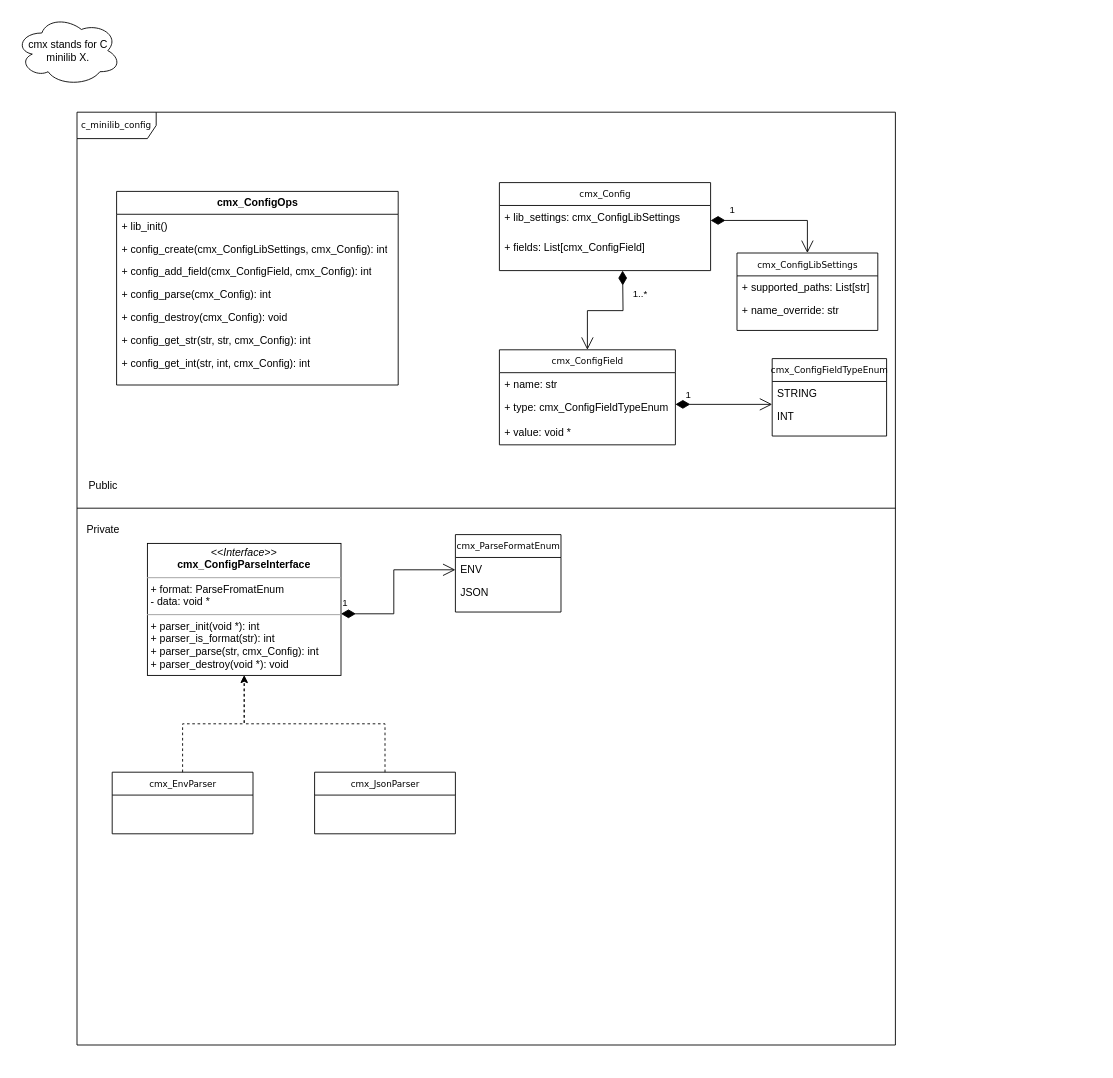
Before: page "Data structures" (1 of 2) of docs/architecture.drawio in KubaTaba1uga/c_minilib_config, a draw.io diagram. Source tidied: cells renumbered, new cells numbered last; positions are measured from the earlier drawing's top-left corner, leaving out a move shared by most shapes. Both pictures are drawn from the tidied source at 88%, with x=0, y=0 at pixel (15, 15).
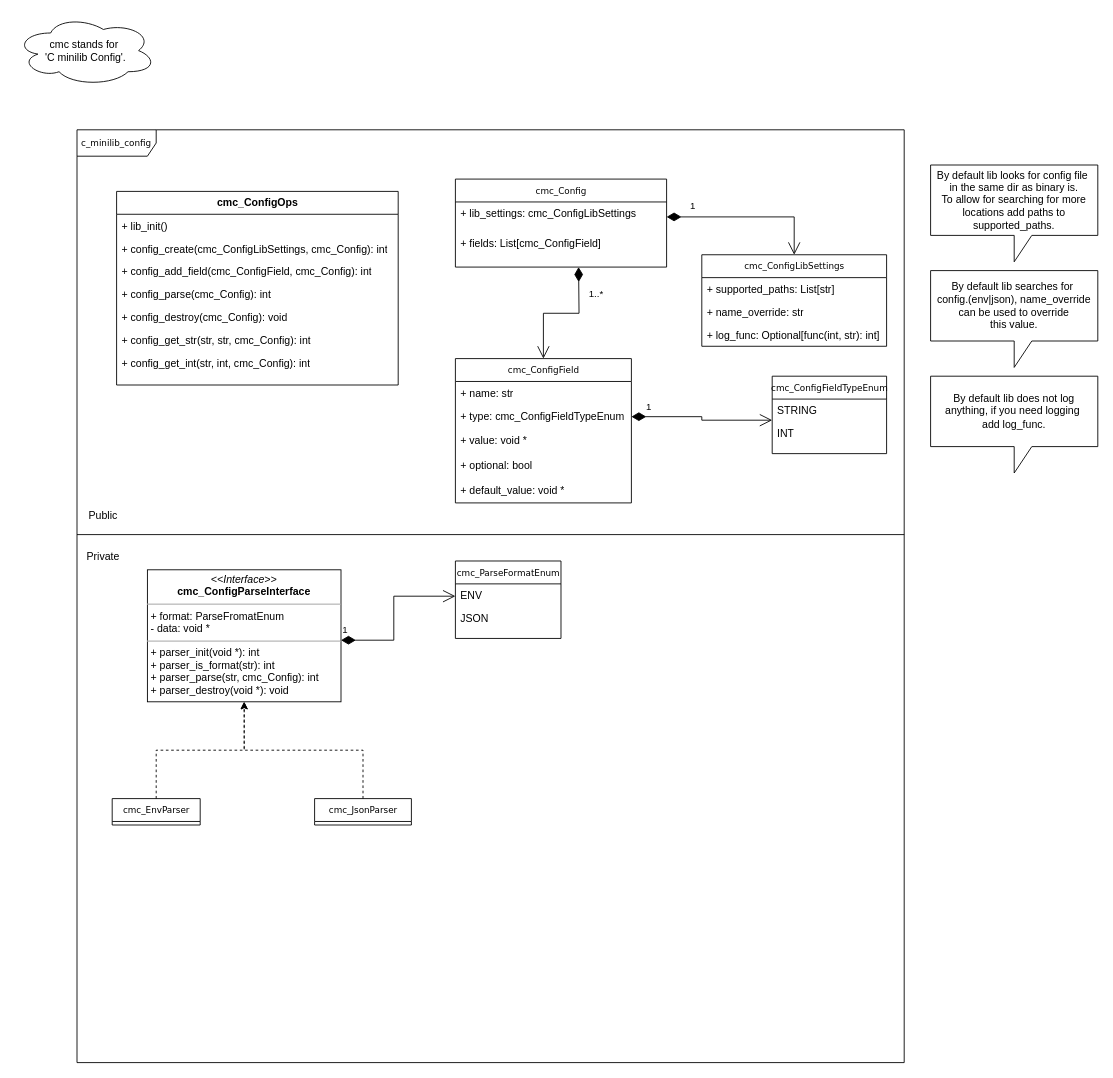
The same page after the edit.

The change refers to these unchanged cells:
```xml
<mxCell id="14" value="STRING" style="text;html=1;strokeColor=none;fillColor=none;align=left;verticalAlign=top;spacingLeft=4;spacingRight=4;whiteSpace=wrap;overflow=hidden;points=[[0,0.5],[1,0.5]];portConstraint=eastwest;" parent="13" vertex="1">
  <mxGeometry y="26" width="130" height="26" as="geometry" />
</mxCell>
```

Diff of the diagram source:
```diff
@@
-    <mxCell id="2" value="c_minilib_config" style="shape=umlFrame;whiteSpace=wrap;html=1;rounded=0;shadow=0;comic=0;labelBackgroundColor=none;strokeWidth=1;fontFamily=Verdana;fontSize=10;align=center;width=90;height=30;" parent="1" vertex="1">
-      <mxGeometry x="70" y="110" width="930" height="1060" as="geometry" />
-    </mxCell>
-    <mxCell id="3" value="cmx_ConfigLibSettings" style="swimlane;html=1;fontStyle=0;horizontal=1;startSize=26;fillColor=none;swimlaneFillColor=#ffffff;rounded=0;shadow=0;comic=0;labelBackgroundColor=none;strokeWidth=1;fontFamily=Verdana;fontSize=10;align=center;" parent="1" vertex="1">
-      <mxGeometry x="820" y="270" width="160" height="88" as="geometry" />
+    <mxCell id="3" value="cmc_ConfigLibSettings" style="swimlane;html=1;fontStyle=0;horizontal=1;startSize=26;fillColor=none;swimlaneFillColor=#ffffff;rounded=0;shadow=0;comic=0;labelBackgroundColor=none;strokeWidth=1;fontFamily=Verdana;fontSize=10;align=center;" parent="1" vertex="1">
+      <mxGeometry x="780" y="272" width="210" height="104" as="geometry" />
     </mxCell>
     <mxCell id="4" value="+ supported_paths: List[str]" style="text;html=1;strokeColor=none;fillColor=none;align=left;verticalAlign=top;spacingLeft=4;spacingRight=4;whiteSpace=wrap;overflow=hidden;" parent="3" vertex="1">
-      <mxGeometry y="26" width="160" height="26" as="geometry" />
+      <mxGeometry y="26" width="210" height="26" as="geometry" />
     </mxCell>
     <mxCell id="5" value="+ name_override: str" style="text;html=1;strokeColor=none;fillColor=none;align=left;verticalAlign=top;spacingLeft=4;spacingRight=4;whiteSpace=wrap;overflow=hidden;" parent="3" vertex="1">
-      <mxGeometry y="52" width="160" height="26" as="geometry" />
+      <mxGeometry y="52" width="210" height="26" as="geometry" />
     </mxCell>
+    <mxCell id="40" value="+ log_func: Optional[func(int, str): int]" style="text;html=1;strokeColor=none;fillColor=none;align=left;verticalAlign=top;spacingLeft=4;spacingRight=4;whiteSpace=wrap;overflow=hidden;" parent="3" vertex="1">
+      <mxGeometry y="78" width="210" height="26" as="geometry" />
+    </mxCell>
-    <mxCell id="6" value="cmx_Config" style="swimlane;html=1;fontStyle=0;horizontal=1;startSize=26;fillColor=none;swimlaneFillColor=#ffffff;rounded=0;shadow=0;comic=0;labelBackgroundColor=none;strokeWidth=1;fontFamily=Verdana;fontSize=10;align=center;" parent="1" vertex="1">
-      <mxGeometry x="550" y="190" width="240" height="100" as="geometry" />
+    <mxCell id="6" value="cmc_Config" style="swimlane;html=1;fontStyle=0;horizontal=1;startSize=26;fillColor=none;swimlaneFillColor=#ffffff;rounded=0;shadow=0;comic=0;labelBackgroundColor=none;strokeWidth=1;fontFamily=Verdana;fontSize=10;align=center;" parent="1" vertex="1">
+      <mxGeometry x="500" y="186" width="240" height="100" as="geometry" />
     </mxCell>
-    <mxCell id="7" value="+ lib_settings: cmx_ConfigLibSettings" style="text;html=1;strokeColor=none;fillColor=none;align=left;verticalAlign=top;spacingLeft=4;spacingRight=4;whiteSpace=wrap;overflow=hidden;points=[[0,0.5],[1,0.5]];portConstraint=eastwest;" parent="6" vertex="1">
+    <mxCell id="7" value="+ lib_settings: cmc_ConfigLibSettings" style="text;html=1;strokeColor=none;fillColor=none;align=left;verticalAlign=top;spacingLeft=4;spacingRight=4;whiteSpace=wrap;overflow=hidden;points=[[0,0.5],[1,0.5]];portConstraint=eastwest;" parent="6" vertex="1">
       <mxGeometry y="26" width="240" height="34" as="geometry" />
     </mxCell>
-    <mxCell id="8" value="+ fields: List[cmx_ConfigField]" style="text;html=1;strokeColor=none;fillColor=none;align=left;verticalAlign=top;spacingLeft=4;spacingRight=4;whiteSpace=wrap;overflow=hidden;" parent="6" vertex="1">
+    <mxCell id="8" value="+ fields: List[cmc_ConfigField]" style="text;html=1;strokeColor=none;fillColor=none;align=left;verticalAlign=top;spacingLeft=4;spacingRight=4;whiteSpace=wrap;overflow=hidden;" parent="6" vertex="1">
       <mxGeometry y="60" width="240" height="26" as="geometry" />
     </mxCell>
-    <mxCell id="9" value="cmx_ConfigField" style="swimlane;html=1;fontStyle=0;horizontal=1;startSize=26;fillColor=none;swimlaneFillColor=#ffffff;rounded=0;shadow=0;comic=0;labelBackgroundColor=none;strokeWidth=1;fontFamily=Verdana;fontSize=10;align=center;" parent="1" vertex="1">
-      <mxGeometry x="550" y="380" width="200" height="108" as="geometry" />
+    <mxCell id="9" value="cmc_ConfigField" style="swimlane;html=1;fontStyle=0;horizontal=1;startSize=26;fillColor=none;swimlaneFillColor=#ffffff;rounded=0;shadow=0;comic=0;labelBackgroundColor=none;strokeWidth=1;fontFamily=Verdana;fontSize=10;align=center;" parent="1" vertex="1">
+      <mxGeometry x="500" y="390" width="200" height="164" as="geometry" />
     </mxCell>
@@
-    <mxCell id="11" value="+ type: cmx_ConfigFieldTypeEnum" style="text;html=1;strokeColor=none;fillColor=none;align=left;verticalAlign=top;spacingLeft=4;spacingRight=4;whiteSpace=wrap;overflow=hidden;points=[[0,0.5],[1,0.5]];portConstraint=eastwest;" parent="9" vertex="1">
+    <mxCell id="11" value="+ type: cmc_ConfigFieldTypeEnum" style="text;html=1;strokeColor=none;fillColor=none;align=left;verticalAlign=top;spacingLeft=4;spacingRight=4;whiteSpace=wrap;overflow=hidden;points=[[0,0.5],[1,0.5]];portConstraint=eastwest;" parent="9" vertex="1">
       <mxGeometry y="52" width="200" height="28" as="geometry" />
     </mxCell>
@@
+    <mxCell id="41" value="+ optional: bool" style="text;html=1;strokeColor=none;fillColor=none;align=left;verticalAlign=top;spacingLeft=4;spacingRight=4;whiteSpace=wrap;overflow=hidden;" parent="9" vertex="1">
+      <mxGeometry y="108" width="200" height="28" as="geometry" />
+    </mxCell>
+    <mxCell id="42" value="+ default_value: void *" style="text;html=1;strokeColor=none;fillColor=none;align=left;verticalAlign=top;spacingLeft=4;spacingRight=4;whiteSpace=wrap;overflow=hidden;" parent="9" vertex="1">
+      <mxGeometry y="136" width="200" height="28" as="geometry" />
+    </mxCell>
-    <mxCell id="13" value="cmx_ConfigFieldTypeEnum" style="swimlane;html=1;fontStyle=0;horizontal=1;startSize=26;fillColor=none;swimlaneFillColor=#ffffff;rounded=0;shadow=0;comic=0;labelBackgroundColor=none;strokeWidth=1;fontFamily=Verdana;fontSize=10;align=center;" parent="1" vertex="1">
-      <mxGeometry x="860" y="390" width="130" height="88" as="geometry" />
+    <mxCell id="13" value="cmc_ConfigFieldTypeEnum" style="swimlane;html=1;fontStyle=0;horizontal=1;startSize=26;fillColor=none;swimlaneFillColor=#ffffff;rounded=0;shadow=0;comic=0;labelBackgroundColor=none;strokeWidth=1;fontFamily=Verdana;fontSize=10;align=center;" parent="1" vertex="1">
+      <mxGeometry x="860" y="410" width="130" height="88" as="geometry" />
     </mxCell>
@@
-    <mxCell id="16" value="1" style="endArrow=open;html=1;endSize=12;startArrow=diamondThin;startSize=14;startFill=1;edgeStyle=orthogonalEdgeStyle;align=left;verticalAlign=bottom;rounded=0;" parent="1" edge="1">
-      <mxGeometry x="-0.82" y="2" relative="1" as="geometry">
-        <mxPoint x="750" y="442" as="sourcePoint" />
-        <mxPoint x="860" y="442" as="targetPoint" />
-      </mxGeometry>
+    <mxCell id="16" value="1" style="endArrow=open;html=1;endSize=12;startArrow=diamondThin;startSize=14;startFill=1;edgeStyle=orthogonalEdgeStyle;align=left;verticalAlign=bottom;rounded=0;entryX=0;entryY=0.923;entryDx=0;entryDy=0;entryPerimeter=0;exitX=1;exitY=0.5;exitDx=0;exitDy=0;" parent="1" edge="1" source="11" target="14">
+      <mxGeometry x="-0.82" y="2" relative="1" as="geometry" />
     </mxCell>
     <mxCell id="17" value="1..*" style="endArrow=open;html=1;endSize=12;startArrow=diamondThin;startSize=14;startFill=1;edgeStyle=orthogonalEdgeStyle;align=left;verticalAlign=bottom;rounded=0;entryX=0.5;entryY=0;entryDx=0;entryDy=0;" parent="1" edge="1" target="9">
       <mxGeometry x="-0.46" y="10" relative="1" as="geometry">
-        <mxPoint x="690" y="290" as="sourcePoint" />
+        <mxPoint x="640" y="286" as="sourcePoint" />
       </mxGeometry>
     </mxCell>
@@
-    <mxCell id="19" value="&lt;b style=&quot;font-family: Helvetica; font-size: 12px;&quot;&gt;cmx_ConfigOps&lt;/b&gt;" style="swimlane;html=1;fontStyle=0;horizontal=1;startSize=26;fillColor=none;swimlaneFillColor=#ffffff;rounded=0;shadow=0;comic=0;labelBackgroundColor=none;strokeWidth=1;fontFamily=Verdana;fontSize=10;align=center;" parent="1" vertex="1">
+    <mxCell id="19" value="&lt;b style=&quot;font-family: Helvetica; font-size: 12px;&quot;&gt;cmc_ConfigOps&lt;/b&gt;" style="swimlane;html=1;fontStyle=0;horizontal=1;startSize=26;fillColor=none;swimlaneFillColor=#ffffff;rounded=0;shadow=0;comic=0;labelBackgroundColor=none;strokeWidth=1;fontFamily=Verdana;fontSize=10;align=center;" parent="1" vertex="1">
       <mxGeometry x="115" y="200" width="320" height="220" as="geometry" />
     </mxCell>
@@
-    <mxCell id="21" value="&lt;div&gt;+ config_create(cmx_ConfigLibSettings, cmx_Config): int&lt;/div&gt;&lt;div&gt;&lt;br&gt;&lt;/div&gt;" style="text;html=1;strokeColor=none;fillColor=none;align=left;verticalAlign=top;spacingLeft=4;spacingRight=4;whiteSpace=wrap;overflow=hidden;" parent="19" vertex="1">
+    <mxCell id="21" value="&lt;div&gt;+ config_create(cmc_ConfigLibSettings, cmc_Config): int&lt;/div&gt;&lt;div&gt;&lt;br&gt;&lt;/div&gt;" style="text;html=1;strokeColor=none;fillColor=none;align=left;verticalAlign=top;spacingLeft=4;spacingRight=4;whiteSpace=wrap;overflow=hidden;" parent="19" vertex="1">
       <mxGeometry y="52" width="320" height="26" as="geometry" />
     </mxCell>
-    <mxCell id="22" value="+ config_add_field(cmx_ConfigField, cmx_Config): int" style="text;html=1;strokeColor=none;fillColor=none;align=left;verticalAlign=top;spacingLeft=4;spacingRight=4;whiteSpace=wrap;overflow=hidden;" parent="19" vertex="1">
+    <mxCell id="22" value="+ config_add_field(cmc_ConfigField, cmc_Config): int" style="text;html=1;strokeColor=none;fillColor=none;align=left;verticalAlign=top;spacingLeft=4;spacingRight=4;whiteSpace=wrap;overflow=hidden;" parent="19" vertex="1">
       <mxGeometry y="78" width="320" height="26" as="geometry" />
     </mxCell>
-    <mxCell id="23" value="&lt;div&gt;+ config_parse(cmx_Config): int&lt;/div&gt;&lt;div&gt;&lt;br&gt;&lt;/div&gt;" style="text;html=1;strokeColor=none;fillColor=none;align=left;verticalAlign=top;spacingLeft=4;spacingRight=4;whiteSpace=wrap;overflow=hidden;" parent="19" vertex="1">
+    <mxCell id="23" value="&lt;div&gt;+ config_parse(cmc_Config): int&lt;/div&gt;&lt;div&gt;&lt;br&gt;&lt;/div&gt;" style="text;html=1;strokeColor=none;fillColor=none;align=left;verticalAlign=top;spacingLeft=4;spacingRight=4;whiteSpace=wrap;overflow=hidden;" parent="19" vertex="1">
       <mxGeometry y="104" width="320" height="26" as="geometry" />
     </mxCell>
-    <mxCell id="24" value="&lt;div&gt;+ config_destroy(cmx_Config): void&lt;/div&gt;&lt;div&gt;&lt;br&gt;&lt;/div&gt;&lt;div&gt;&lt;br&gt;&lt;/div&gt;" style="text;html=1;strokeColor=none;fillColor=none;align=left;verticalAlign=top;spacingLeft=4;spacingRight=4;whiteSpace=wrap;overflow=hidden;" parent="19" vertex="1">
+    <mxCell id="24" value="&lt;div&gt;+ config_destroy(cmc_Config): void&lt;/div&gt;&lt;div&gt;&lt;br&gt;&lt;/div&gt;&lt;div&gt;&lt;br&gt;&lt;/div&gt;" style="text;html=1;strokeColor=none;fillColor=none;align=left;verticalAlign=top;spacingLeft=4;spacingRight=4;whiteSpace=wrap;overflow=hidden;" parent="19" vertex="1">
       <mxGeometry y="130" width="320" height="26" as="geometry" />
     </mxCell>
-    <mxCell id="25" value="+ config_get_str(str, str, cmx_Config): int" style="text;html=1;strokeColor=none;fillColor=none;align=left;verticalAlign=top;spacingLeft=4;spacingRight=4;whiteSpace=wrap;overflow=hidden;" parent="19" vertex="1">
+    <mxCell id="25" value="+ config_get_str(str, str, cmc_Config): int" style="text;html=1;strokeColor=none;fillColor=none;align=left;verticalAlign=top;spacingLeft=4;spacingRight=4;whiteSpace=wrap;overflow=hidden;" parent="19" vertex="1">
       <mxGeometry y="156" width="320" height="26" as="geometry" />
     </mxCell>
-    <mxCell id="26" value="&lt;span style=&quot;text-wrap-mode: nowrap;&quot;&gt;+ config_get_int(str, int, cmx_Config): int&lt;/span&gt;" style="text;html=1;strokeColor=none;fillColor=none;align=left;verticalAlign=top;spacingLeft=4;spacingRight=4;whiteSpace=wrap;overflow=hidden;" parent="19" vertex="1">
+    <mxCell id="26" value="&lt;span style=&quot;text-wrap-mode: nowrap;&quot;&gt;+ config_get_int(str, int, cmc_Config): int&lt;/span&gt;" style="text;html=1;strokeColor=none;fillColor=none;align=left;verticalAlign=top;spacingLeft=4;spacingRight=4;whiteSpace=wrap;overflow=hidden;" parent="19" vertex="1">
       <mxGeometry y="182" width="320" height="26" as="geometry" />
     </mxCell>
-    <mxCell id="27" style="endArrow=none;html=1;rounded=0;" parent="1" edge="1">
-      <mxGeometry relative="1" as="geometry">
-        <mxPoint x="70" y="560" as="sourcePoint" />
-        <mxPoint x="1000" y="560" as="targetPoint" />
-      </mxGeometry>
-    </mxCell>
     <mxCell id="28" value="Public" style="text;html=1;align=center;verticalAlign=middle;whiteSpace=wrap;rounded=0;" parent="1" vertex="1">
-      <mxGeometry x="70" y="520" width="60" height="30" as="geometry" />
+      <mxGeometry x="70" y="554" width="60" height="30" as="geometry" />
     </mxCell>
     <mxCell id="29" value="Private" style="text;html=1;align=center;verticalAlign=middle;whiteSpace=wrap;rounded=0;" parent="1" vertex="1">
-      <mxGeometry x="70" y="570" width="60" height="30" as="geometry" />
+      <mxGeometry x="70" y="600" width="60" height="30" as="geometry" />
     </mxCell>
-    <mxCell id="30" value="cmx_ParseFormatEnum" style="swimlane;html=1;fontStyle=0;horizontal=1;startSize=26;fillColor=none;swimlaneFillColor=#ffffff;rounded=0;shadow=0;comic=0;labelBackgroundColor=none;strokeWidth=1;fontFamily=Verdana;fontSize=10;align=center;" parent="1" vertex="1">
-      <mxGeometry x="500" y="590" width="120" height="88" as="geometry" />
+    <mxCell id="30" value="cmc_ParseFormatEnum" style="swimlane;html=1;fontStyle=0;horizontal=1;startSize=26;fillColor=none;swimlaneFillColor=#ffffff;rounded=0;shadow=0;comic=0;labelBackgroundColor=none;strokeWidth=1;fontFamily=Verdana;fontSize=10;align=center;" parent="1" vertex="1">
+      <mxGeometry x="500" y="620" width="120" height="88" as="geometry" />
     </mxCell>
@@
-    <mxCell id="33" value="&lt;p style=&quot;margin:0px;margin-top:4px;text-align:center;&quot;&gt;&lt;i&gt;&amp;lt;&amp;lt;Interface&amp;gt;&amp;gt;&lt;/i&gt;&lt;br&gt;&lt;b&gt;cmx_ConfigParseInterface&lt;/b&gt;&lt;/p&gt;&lt;hr size=&quot;1&quot;&gt;&lt;p style=&quot;margin:0px;margin-left:4px;&quot;&gt;+ format: ParseFromatEnum&lt;br&gt;&lt;/p&gt;&lt;p style=&quot;margin:0px;margin-left:4px;&quot;&gt;- data: void *&lt;/p&gt;&lt;hr size=&quot;1&quot;&gt;&lt;p style=&quot;margin:0px;margin-left:4px;&quot;&gt;+ parser_init(void *): int&lt;br&gt;+ parser_is_format(str): int&lt;/p&gt;&lt;p style=&quot;margin:0px;margin-left:4px;&quot;&gt;+ parser_parse(str, cmx_Config): int&lt;br&gt;+ parser_destroy(void *): void&lt;/p&gt;" style="verticalAlign=top;align=left;overflow=fill;fontSize=12;fontFamily=Helvetica;html=1;rounded=0;shadow=0;comic=0;labelBackgroundColor=none;strokeWidth=1;" parent="1" vertex="1">
-      <mxGeometry x="150" y="600" width="220" height="150" as="geometry" />
+    <mxCell id="33" value="&lt;p style=&quot;margin:0px;margin-top:4px;text-align:center;&quot;&gt;&lt;i&gt;&amp;lt;&amp;lt;Interface&amp;gt;&amp;gt;&lt;/i&gt;&lt;br&gt;&lt;b&gt;cmc_ConfigParseInterface&lt;/b&gt;&lt;/p&gt;&lt;hr size=&quot;1&quot;&gt;&lt;p style=&quot;margin:0px;margin-left:4px;&quot;&gt;+ format: ParseFromatEnum&lt;br&gt;&lt;/p&gt;&lt;p style=&quot;margin:0px;margin-left:4px;&quot;&gt;- data: void *&lt;/p&gt;&lt;hr size=&quot;1&quot;&gt;&lt;p style=&quot;margin:0px;margin-left:4px;&quot;&gt;+ parser_init(void *): int&lt;br&gt;+ parser_is_format(str): int&lt;/p&gt;&lt;p style=&quot;margin:0px;margin-left:4px;&quot;&gt;+ parser_parse(str, cmc_Config): int&lt;br&gt;+ parser_destroy(void *): void&lt;/p&gt;" style="verticalAlign=top;align=left;overflow=fill;fontSize=12;fontFamily=Helvetica;html=1;rounded=0;shadow=0;comic=0;labelBackgroundColor=none;strokeWidth=1;" parent="1" vertex="1">
+      <mxGeometry x="150" y="630" width="220" height="150" as="geometry" />
     </mxCell>
@@
-    <mxCell id="35" value="cmx_EnvParser" style="swimlane;html=1;fontStyle=0;horizontal=1;startSize=26;fillColor=none;swimlaneFillColor=#ffffff;rounded=0;shadow=0;comic=0;labelBackgroundColor=none;strokeWidth=1;fontFamily=Verdana;fontSize=10;align=center;" parent="1" vertex="1">
-      <mxGeometry x="110" y="860" width="160" height="70" as="geometry" />
+    <mxCell id="35" value="cmc_EnvParser" style="swimlane;html=1;fontStyle=0;horizontal=1;startSize=26;fillColor=none;swimlaneFillColor=#ffffff;rounded=0;shadow=0;comic=0;labelBackgroundColor=none;strokeWidth=1;fontFamily=Verdana;fontSize=10;align=center;" parent="1" vertex="1" collapsed="1">
+      <mxGeometry x="110" y="890" width="100" height="30" as="geometry" />
     </mxCell>
@@
-    <mxCell id="37" value="cmx_JsonParser" style="swimlane;html=1;fontStyle=0;horizontal=1;startSize=26;fillColor=none;swimlaneFillColor=#ffffff;rounded=0;shadow=0;comic=0;labelBackgroundColor=none;strokeWidth=1;fontFamily=Verdana;fontSize=10;align=center;" parent="1" vertex="1">
-      <mxGeometry x="340" y="860" width="160" height="70" as="geometry" />
+    <mxCell id="37" value="cmc_JsonParser" style="swimlane;html=1;fontStyle=0;horizontal=1;startSize=26;fillColor=none;swimlaneFillColor=#ffffff;rounded=0;shadow=0;comic=0;labelBackgroundColor=none;strokeWidth=1;fontFamily=Verdana;fontSize=10;align=center;" parent="1" vertex="1" collapsed="1">
+      <mxGeometry x="340" y="890" width="110" height="30" as="geometry" />
     </mxCell>
     <mxCell id="38" value="1" style="endArrow=open;html=1;endSize=12;startArrow=diamondThin;startSize=14;startFill=1;edgeStyle=orthogonalEdgeStyle;align=left;verticalAlign=bottom;rounded=0;" parent="1" edge="1">
       <mxGeometry x="-1" y="3" relative="1" as="geometry">
-        <mxPoint x="370" y="680" as="sourcePoint" />
-        <mxPoint x="500" y="630" as="targetPoint" />
+        <mxPoint x="370" y="710" as="sourcePoint" />
+        <mxPoint x="500" y="660" as="targetPoint" />
         <Array as="points">
-          <mxPoint x="430" y="680" />
-          <mxPoint x="430" y="630" />
+          <mxPoint x="430" y="710" />
+          <mxPoint x="430" y="660" />
         </Array>
       </mxGeometry>
     </mxCell>
-    <mxCell id="39" value="cmx stands for C minilib X." style="ellipse;shape=cloud;whiteSpace=wrap;html=1;" parent="1" vertex="1">
-      <mxGeometry width="120" height="80" as="geometry" />
+    <mxCell id="39" value="cmc stands for&amp;nbsp;&lt;div&gt;'C minilib Config'.&lt;/div&gt;" style="ellipse;shape=cloud;whiteSpace=wrap;html=1;" parent="1" vertex="1">
+      <mxGeometry width="160" height="80" as="geometry" />
     </mxCell>
+    <mxCell id="43" value="By default lib searches for&amp;nbsp;&lt;br&gt;config.(env|json), name_override can be used to override&lt;div&gt;this value.&lt;/div&gt;" style="shape=callout;whiteSpace=wrap;html=1;perimeter=calloutPerimeter;" parent="1" vertex="1">
+      <mxGeometry x="1040" y="290" width="190" height="110" as="geometry" />
+    </mxCell>
+    <mxCell id="44" value="By default lib looks for config file&amp;nbsp;&lt;div&gt;in the same dir as binary is.&lt;/div&gt;&lt;div&gt;To allow for searching for more locations add paths to supported_paths.&lt;/div&gt;" style="shape=callout;whiteSpace=wrap;html=1;perimeter=calloutPerimeter;" parent="1" vertex="1">
+      <mxGeometry x="1040" y="170" width="190" height="110" as="geometry" />
+    </mxCell>
+    <mxCell id="27" style="endArrow=none;html=1;rounded=0;" parent="1" edge="1">
+      <mxGeometry relative="1" as="geometry">
+        <mxPoint x="70" y="590" as="sourcePoint" />
+        <mxPoint x="1010" y="590" as="targetPoint" />
+      </mxGeometry>
+    </mxCell>
+    <mxCell id="45" value="By default lib does not log anything, if you need logging&amp;nbsp;&lt;br&gt;&lt;div&gt;add log_func.&lt;/div&gt;" style="shape=callout;whiteSpace=wrap;html=1;perimeter=calloutPerimeter;" parent="1" vertex="1">
+      <mxGeometry x="1040" y="410" width="190" height="110" as="geometry" />
+    </mxCell>
+    <mxCell id="2" value="c_minilib_config" style="shape=umlFrame;whiteSpace=wrap;html=1;rounded=0;shadow=0;comic=0;labelBackgroundColor=none;strokeWidth=1;fontFamily=Verdana;fontSize=10;align=center;width=90;height=30;" parent="1" vertex="1">
+      <mxGeometry x="70" y="130" width="940" height="1060" as="geometry" />
+    </mxCell>
```
